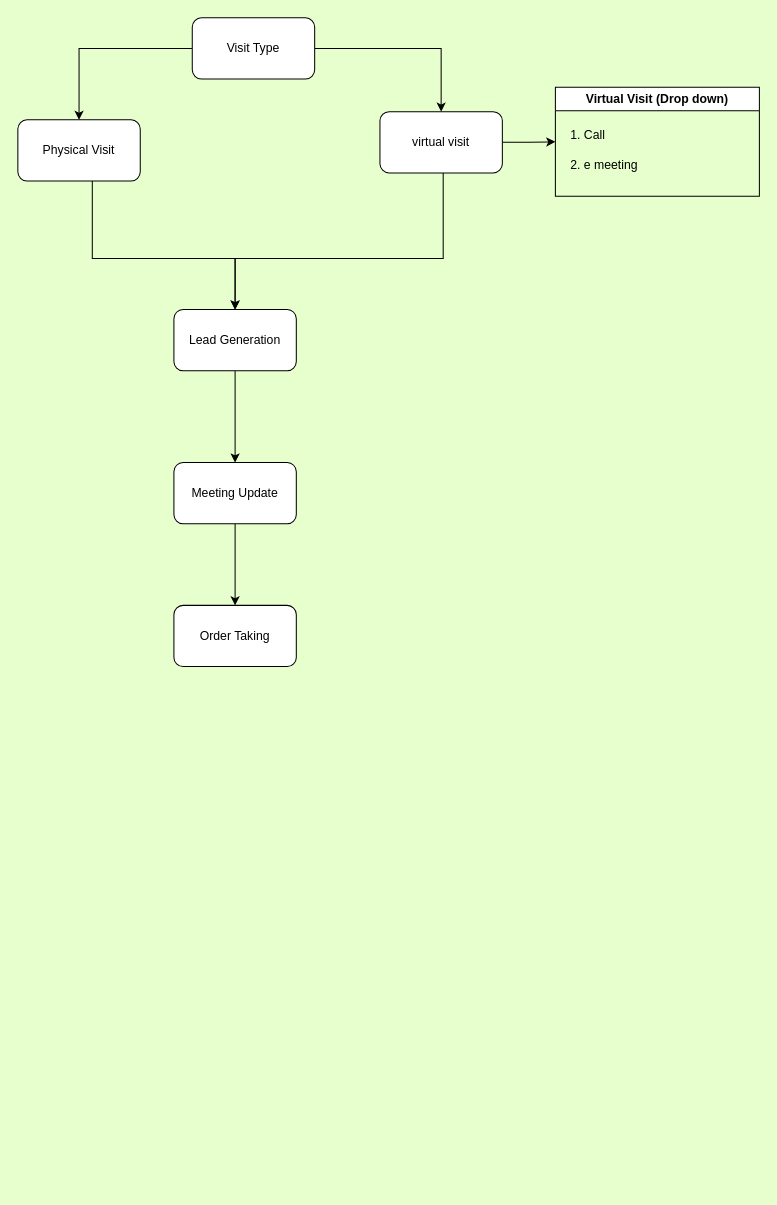
SBOSE550/Customer-Visit-Data-Collection-Form keeps this draw.io diagram as page "Visit Capture" (6 of 8) of customer visit workflow.drawio. Above is the earlier version. Source tidied: cells renumbered, new cells numbered last; positions are measured from the earlier drawing's top-left corner, leaving out a move shared by most shapes. Both pictures are drawn from the tidied source at 102%, with x=0, y=0 at pixel (17, 17).
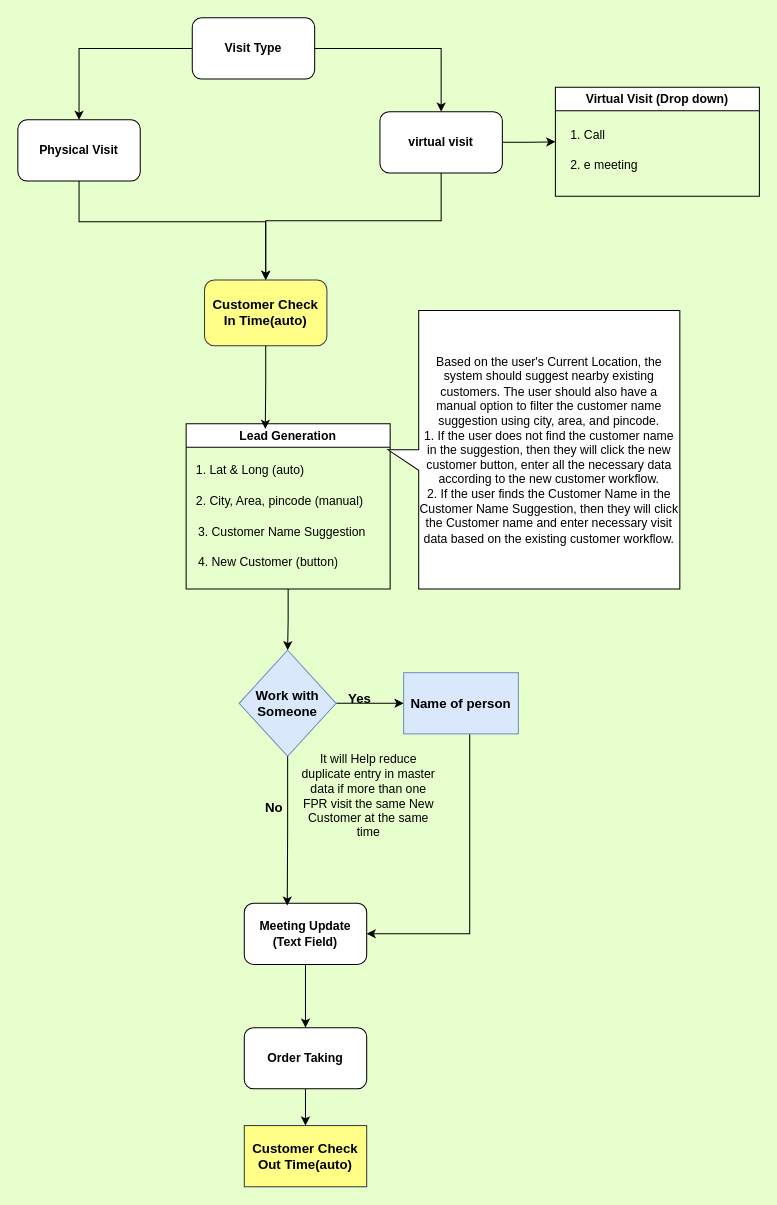
Above is the later version.

What changed in the source:
```diff
@@
-    <mxCell id="4" value="Visit Type" style="rounded=1;whiteSpace=wrap;html=1;" parent="1" vertex="1">
+    <mxCell id="4" value="Visit Type" style="rounded=1;whiteSpace=wrap;html=1;fontStyle=1;" parent="1" vertex="1">
       <mxGeometry x="171" width="120" height="60" as="geometry" />
     </mxCell>
-    <mxCell id="5" style="edgeStyle=orthogonalEdgeStyle;rounded=0;jettySize=auto;html=1;entryX=0.5;entryY=0;entryDx=0;entryDy=0;" parent="1" edge="1" source="6" target="11">
-      <mxGeometry relative="1" as="geometry">
-        <Array as="points">
-          <mxPoint x="73" y="236" />
-          <mxPoint x="213" y="236" />
-        </Array>
-      </mxGeometry>
-    </mxCell>
+    <mxCell id="18" style="edgeStyle=orthogonalEdgeStyle;rounded=0;jettySize=auto;html=1;" parent="1" edge="1" source="6" target="27">
+      <mxGeometry relative="1" as="geometry">
+        <Array as="points">
+          <mxPoint x="60" y="200" />
+          <mxPoint x="243" y="200" />
+        </Array>
+      </mxGeometry>
+    </mxCell>
-    <mxCell id="6" value="Physical Visit" style="rounded=1;whiteSpace=wrap;html=1;" parent="1" vertex="1">
+    <mxCell id="6" value="Physical Visit" style="rounded=1;whiteSpace=wrap;html=1;fontStyle=1;" parent="1" vertex="1">
       <mxGeometry y="100" width="120" height="60" as="geometry" />
     </mxCell>
-    <mxCell id="7" style="edgeStyle=orthogonalEdgeStyle;rounded=0;jettySize=auto;html=1;" parent="1" edge="1" source="9" target="11">
-      <mxGeometry relative="1" as="geometry">
-        <Array as="points">
-          <mxPoint x="417" y="236" />
-          <mxPoint x="213" y="236" />
-        </Array>
-      </mxGeometry>
-    </mxCell>
@@
+    <mxCell id="19" style="edgeStyle=orthogonalEdgeStyle;rounded=0;jettySize=auto;html=1;entryX=0.5;entryY=0;entryDx=0;entryDy=0;" parent="1" edge="1" source="9" target="27">
+      <mxGeometry relative="1" as="geometry">
+        <Array as="points">
+          <mxPoint x="415" y="199" />
+          <mxPoint x="243" y="199" />
+        </Array>
+      </mxGeometry>
+    </mxCell>
-    <mxCell id="9" value="virtual visit" style="rounded=1;whiteSpace=wrap;html=1;" parent="1" vertex="1">
+    <mxCell id="9" value="virtual visit" style="rounded=1;whiteSpace=wrap;html=1;fontStyle=1;" parent="1" vertex="1">
       <mxGeometry x="355" y="92" width="120" height="60" as="geometry" />
     </mxCell>
-    <mxCell id="10" style="edgeStyle=orthogonalEdgeStyle;rounded=0;jettySize=auto;html=1;" parent="1" edge="1" source="11" target="13">
-      <mxGeometry relative="1" as="geometry" />
-    </mxCell>
-    <mxCell id="11" value="Lead Generation" style="rounded=1;whiteSpace=wrap;html=1;" parent="1" vertex="1">
-      <mxGeometry x="153" y="286" width="120" height="60" as="geometry" />
-    </mxCell>
@@
-    <mxCell id="13" value="Meeting Update" style="rounded=1;whiteSpace=wrap;html=1;" parent="1" vertex="1">
-      <mxGeometry x="153" y="436" width="120" height="60" as="geometry" />
+    <mxCell id="13" value="Meeting Update (Text Field)" style="rounded=1;whiteSpace=wrap;html=1;fontStyle=1;" parent="1" vertex="1">
+      <mxGeometry x="222" y="868" width="120" height="60" as="geometry" />
     </mxCell>
+    <mxCell id="20" style="edgeStyle=orthogonalEdgeStyle;rounded=0;jettySize=auto;html=1;" parent="1" edge="1" source="14" target="36">
+      <mxGeometry relative="1" as="geometry" />
+    </mxCell>
-    <mxCell id="14" value="Order Taking" style="rounded=1;whiteSpace=wrap;html=1;" parent="1" vertex="1">
-      <mxGeometry x="153" y="576" width="120" height="60" as="geometry" />
+    <mxCell id="14" value="Order Taking" style="rounded=1;whiteSpace=wrap;html=1;fontStyle=1;" parent="1" vertex="1">
+      <mxGeometry x="222" y="990" width="120" height="60" as="geometry" />
     </mxCell>
@@
+    <mxCell id="21" style="edgeStyle=orthogonalEdgeStyle;rounded=0;jettySize=auto;html=1;entryX=0.5;entryY=0;entryDx=0;entryDy=0;" parent="1" edge="1" source="11" target="30">
+      <mxGeometry relative="1" as="geometry" />
+    </mxCell>
+    <mxCell id="11" value="Lead Generation" style="swimlane;whiteSpace=wrap;html=1;" parent="1" vertex="1">
+      <mxGeometry x="165" y="398" width="200" height="162" as="geometry" />
+    </mxCell>
+    <mxCell id="22" value="1. Lat &amp;amp; Long (auto)" style="text;strokeColor=none;fillColor=none;align=left;verticalAlign=middle;spacingLeft=4;spacingRight=4;overflow=hidden;whiteSpace=wrap;html=1;" parent="11" vertex="1">
+      <mxGeometry x="4" y="31" width="133" height="30" as="geometry" />
+    </mxCell>
+    <mxCell id="23" value="2. City, Area, pincode (manual)" style="text;strokeColor=none;fillColor=none;align=left;verticalAlign=middle;spacingLeft=4;spacingRight=4;overflow=hidden;whiteSpace=wrap;html=1;" parent="11" vertex="1">
+      <mxGeometry x="4" y="61" width="182" height="30" as="geometry" />
+    </mxCell>
+    <mxCell id="24" value="3. Customer Name Suggestion" style="text;strokeColor=none;fillColor=none;align=left;verticalAlign=middle;spacingLeft=4;spacingRight=4;overflow=hidden;whiteSpace=wrap;html=1;" parent="11" vertex="1">
+      <mxGeometry x="6" y="91" width="182" height="30" as="geometry" />
+    </mxCell>
+    <mxCell id="25" value="4. New Customer (button)" style="text;strokeColor=none;fillColor=none;align=left;verticalAlign=middle;spacingLeft=4;spacingRight=4;overflow=hidden;whiteSpace=wrap;html=1;" parent="11" vertex="1">
+      <mxGeometry x="6" y="121" width="182" height="30" as="geometry" />
+    </mxCell>
+    <mxCell id="26" value="Based on the user's Current Location, the system should suggest nearby existing customers. The user should also have a manual option to filter the customer name suggestion using city, area, and pincode. &lt;br&gt;1. If the user does not find the customer name in the suggestion, then they will click the new customer button, enter all the necessary data according to the new customer workflow.&lt;div&gt;2. If the user finds the Customer Name in the Customer Name Suggestion, then they will click the Customer name and enter necessary visit data based on the existing customer workflow.&lt;/div&gt;" style="shape=callout;whiteSpace=wrap;html=1;perimeter=calloutPerimeter;direction=south;" parent="1" vertex="1">
+      <mxGeometry x="363" y="287" width="286" height="273" as="geometry" />
+    </mxCell>
+    <mxCell id="27" value="Customer Check In Time(auto)" style="whiteSpace=wrap;html=1;rounded=1;fontSize=13;fontStyle=1;fillColor=#ffff88;strokeColor=#36393d;" parent="1" vertex="1">
+      <mxGeometry x="183" y="257" width="120" height="64.5" as="geometry" />
+    </mxCell>
+    <mxCell id="28" style="edgeStyle=orthogonalEdgeStyle;rounded=0;jettySize=auto;html=1;entryX=0.388;entryY=0.031;entryDx=0;entryDy=0;entryPerimeter=0;" parent="1" edge="1" source="27" target="11">
+      <mxGeometry relative="1" as="geometry" />
+    </mxCell>
+    <mxCell id="29" style="edgeStyle=orthogonalEdgeStyle;rounded=0;jettySize=auto;html=1;" parent="1" edge="1" source="30" target="32">
+      <mxGeometry relative="1" as="geometry" />
+    </mxCell>
+    <mxCell id="30" value="Work with Someone" style="rhombus;whiteSpace=wrap;html=1;fontSize=13;fillColor=#dae8fc;strokeColor=#6c8ebf;fontStyle=1;" parent="1" vertex="1">
+      <mxGeometry x="217" y="620" width="95" height="104" as="geometry" />
+    </mxCell>
+    <mxCell id="31" style="edgeStyle=orthogonalEdgeStyle;rounded=0;jettySize=auto;html=1;entryX=1;entryY=0.5;entryDx=0;entryDy=0;" parent="1" edge="1" source="32" target="13">
+      <mxGeometry relative="1" as="geometry">
+        <Array as="points">
+          <mxPoint x="443" y="898" />
+        </Array>
+      </mxGeometry>
+    </mxCell>
+    <mxCell id="32" value="Name of person" style="whiteSpace=wrap;html=1;fontSize=13;fillColor=#dae8fc;strokeColor=#6c8ebf;fontStyle=1;" parent="1" vertex="1">
+      <mxGeometry x="378.2" y="642" width="112.5" height="60" as="geometry" />
+    </mxCell>
+    <mxCell id="33" value="&lt;b&gt;&lt;font style=&quot;font-size: 13px;&quot;&gt;Yes&lt;/font&gt;&lt;/b&gt;" style="text;html=1;align=center;verticalAlign=middle;strokeColor=none;fillColor=none;" parent="1" vertex="1">
+      <mxGeometry x="314.8" y="653" width="40" height="28" as="geometry" />
+    </mxCell>
+    <mxCell id="34" value="&lt;b&gt;&lt;font style=&quot;font-size: 13px;&quot;&gt;No&lt;/font&gt;&lt;/b&gt;" style="text;html=1;align=center;verticalAlign=middle;strokeColor=none;fillColor=none;" parent="1" vertex="1">
+      <mxGeometry x="233.5" y="760" width="35" height="28" as="geometry" />
+    </mxCell>
+    <mxCell id="35" value="It will Help reduce duplicate entry in master data if more than one FPR visit the same New Customer at the same time" style="text;html=1;align=center;verticalAlign=middle;whiteSpace=wrap;rounded=0;" parent="1" vertex="1">
+      <mxGeometry x="274.5" y="724" width="138.2" height="77" as="geometry" />
+    </mxCell>
+    <mxCell id="36" value="Customer Check Out Time(auto)" style="whiteSpace=wrap;html=1;fontSize=13;fontStyle=1;fillColor=#ffff88;strokeColor=#36393d;" parent="1" vertex="1">
+      <mxGeometry x="222" y="1086" width="120" height="60" as="geometry" />
+    </mxCell>
+    <mxCell id="37" style="edgeStyle=orthogonalEdgeStyle;rounded=0;jettySize=auto;html=1;entryX=0.351;entryY=0.039;entryDx=0;entryDy=0;entryPerimeter=0;" parent="1" edge="1" source="30" target="13">
+      <mxGeometry relative="1" as="geometry" />
+    </mxCell>
```
